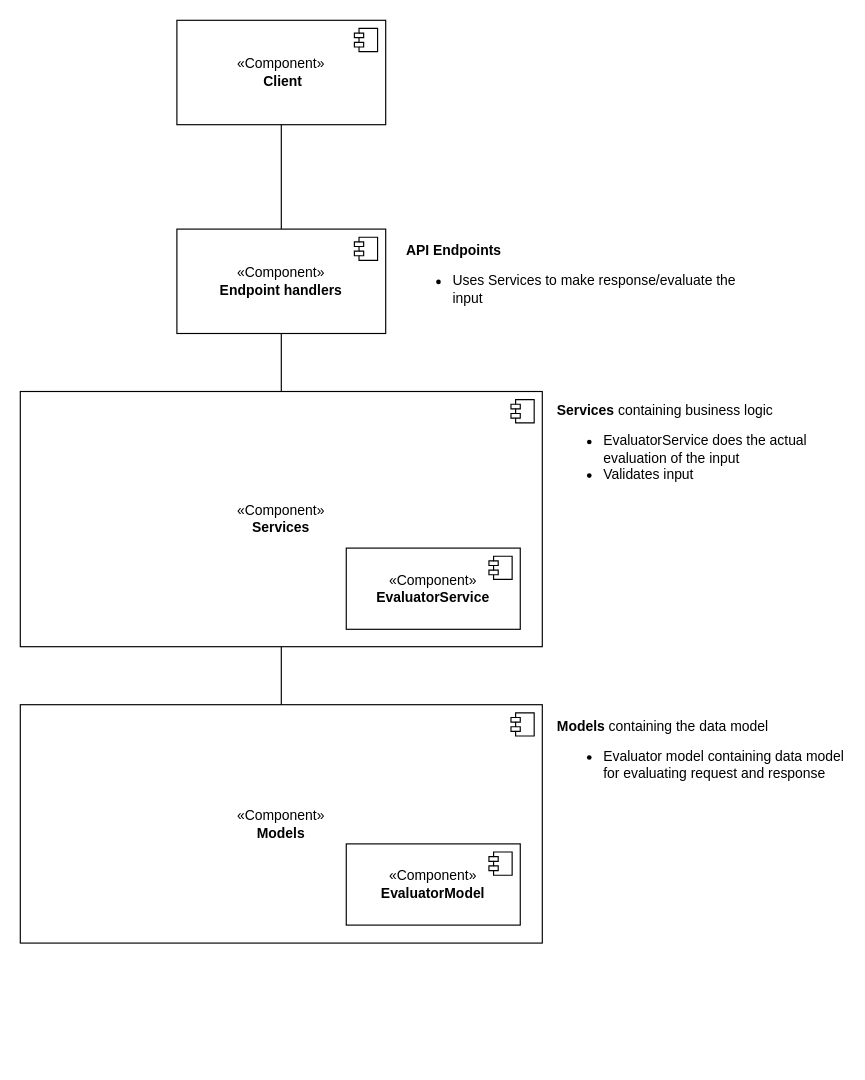
Before: docs/diagrams/abstractComponent.drawio in ITU-AKA-syv-ai/Workflow-evaluation, a draw.io diagram. Source tidied: cells renumbered, new cells numbered last; positions are measured from the earlier drawing's top-left corner, leaving out a move shared by most shapes. Both pictures are drawn from the tidied source at 116%, with x=0, y=0 at pixel (20, 20).
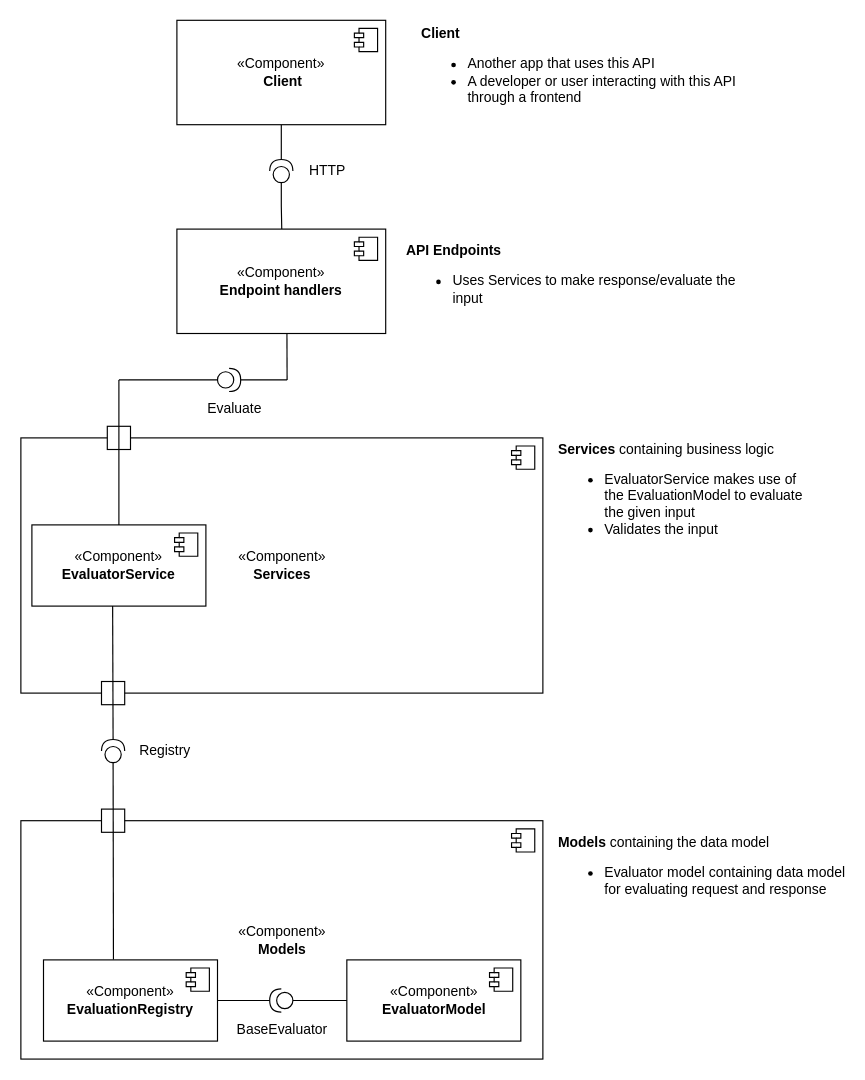
Above is the later version.

Commit message (it also covers changes not shown here):
Make component model more explicit

Unchanged cells that the change refers to:
```xml
<mxCell id="8" value="«Component»&lt;br&gt;&lt;b&gt;Endpoint handlers&lt;/b&gt;" style="html=1;whiteSpace=wrap;" parent="1" vertex="1">
  <mxGeometry x="135" y="180" width="180" height="90" as="geometry" />
</mxCell>
<mxCell id="11" value="«Component»&lt;br&gt;&lt;b&gt;&amp;nbsp;Client&lt;/b&gt;" style="html=1;whiteSpace=wrap;" parent="1" vertex="1">
  <mxGeometry x="135" width="180" height="90" as="geometry" />
</mxCell>
```

What changed in the source:
```diff
@@
     <mxCell id="2" value="«Component»&lt;br&gt;&lt;b&gt;Models&lt;/b&gt;" style="html=1;whiteSpace=wrap;" parent="1" vertex="1">
-      <mxGeometry y="590" width="450" height="205.5" as="geometry" />
+      <mxGeometry x="0.5" y="690" width="450" height="205.5" as="geometry" />
     </mxCell>
@@
-    <mxCell id="4" style="edgeStyle=orthogonalEdgeStyle;rounded=0;jettySize=auto;html=1;exitX=0.5;exitY=1;exitDx=0;exitDy=0;entryX=0.5;entryY=0;entryDx=0;entryDy=0;endArrow=none;endFill=0;" parent="1" edge="1" source="5" target="2">
-      <mxGeometry relative="1" as="geometry" />
-    </mxCell>
     <mxCell id="5" value="«Component»&lt;br&gt;&lt;b&gt;Services&lt;/b&gt;" style="html=1;whiteSpace=wrap;" parent="1" vertex="1">
-      <mxGeometry y="320" width="450" height="220" as="geometry" />
+      <mxGeometry x="0.5" y="360" width="450" height="220" as="geometry" />
     </mxCell>
@@
-    <mxCell id="7" style="edgeStyle=orthogonalEdgeStyle;rounded=0;jettySize=auto;html=1;exitX=0.5;exitY=1;exitDx=0;exitDy=0;entryX=0.5;entryY=0;entryDx=0;entryDy=0;endArrow=none;endFill=0;" parent="1" edge="1" source="8" target="5">
-      <mxGeometry relative="1" as="geometry" />
-    </mxCell>
@@
-    <mxCell id="10" style="edgeStyle=orthogonalEdgeStyle;rounded=0;jettySize=auto;html=1;exitX=0.5;exitY=1;exitDx=0;exitDy=0;entryX=0.5;entryY=0;entryDx=0;entryDy=0;endArrow=none;endFill=0;" parent="1" edge="1" source="11" target="8">
-      <mxGeometry relative="1" as="geometry" />
+    <mxCell id="10" style="edgeStyle=orthogonalEdgeStyle;rounded=0;jettySize=auto;html=1;exitX=0.5;exitY=1;exitDx=0;exitDy=0;endArrow=none;endFill=0;" parent="1" edge="1" source="11">
+      <mxGeometry relative="1" as="geometry">
+        <mxPoint x="225" y="120" as="targetPoint" />
+      </mxGeometry>
     </mxCell>
@@
     <mxCell id="13" value="«Component»&lt;br&gt;&lt;b&gt;EvaluatorService&lt;/b&gt;" style="html=1;whiteSpace=wrap;" parent="1" vertex="1">
-      <mxGeometry x="281" y="455" width="150" height="70" as="geometry" />
+      <mxGeometry x="10" y="435" width="150" height="70" as="geometry" />
     </mxCell>
@@
-    <mxCell id="16" value="&lt;b&gt;Services &lt;/b&gt;containing b&lt;span style=&quot;background-color: transparent; color: light-dark(rgb(0, 0, 0), rgb(255, 255, 255));&quot;&gt;usiness logic&lt;/span&gt;&lt;div&gt;&lt;ul&gt;&lt;li&gt;&lt;span style=&quot;background-color: transparent; color: light-dark(rgb(0, 0, 0), rgb(255, 255, 255));&quot;&gt;EvaluatorService does the actual evaluation of the input&lt;/span&gt;&lt;/li&gt;&lt;li&gt;Validates input&lt;/li&gt;&lt;/ul&gt;&lt;/div&gt;" style="text;html=1;align=left;verticalAlign=middle;whiteSpace=wrap;rounded=0;" parent="1" vertex="1">
-      <mxGeometry x="461" y="320" width="220" height="100" as="geometry" />
+    <mxCell id="16" value="&lt;b&gt;Services &lt;/b&gt;containing b&lt;span style=&quot;background-color: transparent; color: light-dark(rgb(0, 0, 0), rgb(255, 255, 255));&quot;&gt;usiness logic&lt;/span&gt;&lt;div&gt;&lt;ul&gt;&lt;li&gt;&lt;span style=&quot;background-color: transparent; color: light-dark(rgb(0, 0, 0), rgb(255, 255, 255));&quot;&gt;EvaluatorService makes use of the EvaluationModel to evaluate the given input&lt;/span&gt;&lt;/li&gt;&lt;li&gt;&lt;span style=&quot;background-color: transparent; color: light-dark(rgb(0, 0, 0), rgb(255, 255, 255));&quot;&gt;Validates the input&lt;/span&gt;&lt;/li&gt;&lt;/ul&gt;&lt;/div&gt;" style="text;html=1;align=left;verticalAlign=middle;whiteSpace=wrap;rounded=0;" parent="1" vertex="1">
+      <mxGeometry x="461.5" y="360" width="220" height="100" as="geometry" />
     </mxCell>
     <mxCell id="17" value="&lt;b&gt;Models &lt;/b&gt;containing the data model&lt;div&gt;&lt;ul&gt;&lt;li&gt;Evaluator model containing data model for evaluating request and response&lt;/li&gt;&lt;/ul&gt;&lt;/div&gt;" style="text;html=1;align=left;verticalAlign=middle;whiteSpace=wrap;rounded=0;" parent="1" vertex="1">
-      <mxGeometry x="461" y="590" width="250" height="90" as="geometry" />
+      <mxGeometry x="461.5" y="690" width="250" height="90" as="geometry" />
     </mxCell>
     <mxCell id="18" value="«Component»&lt;br&gt;&lt;b&gt;EvaluatorModel&lt;/b&gt;" style="html=1;whiteSpace=wrap;" parent="1" vertex="1">
-      <mxGeometry x="281" y="710" width="150" height="70" as="geometry" />
+      <mxGeometry x="281.5" y="810" width="150" height="70" as="geometry" />
     </mxCell>
@@
+    <mxCell id="20" style="shape=providedRequiredInterface;html=1;verticalLabelPosition=bottom;sketch=0;rotation=-90;" parent="1" vertex="1">
+      <mxGeometry x="215" y="120" width="20" height="20" as="geometry" />
+    </mxCell>
+    <mxCell id="21" value="HTTP" style="text;html=1;whiteSpace=wrap;strokeColor=none;fillColor=none;align=center;verticalAlign=middle;rounded=0;" parent="1" vertex="1">
+      <mxGeometry x="235" y="115" width="60" height="30" as="geometry" />
+    </mxCell>
+    <mxCell id="22" style="shape=providedRequiredInterface;html=1;verticalLabelPosition=bottom;sketch=0;rotation=0;" parent="1" vertex="1">
+      <mxGeometry x="170" y="300" width="20" height="20" as="geometry" />
+    </mxCell>
+    <mxCell id="23" value="Evaluate" style="text;html=1;whiteSpace=wrap;strokeColor=none;fillColor=none;align=center;verticalAlign=middle;rounded=0;" parent="1" vertex="1">
+      <mxGeometry x="155" y="320" width="60" height="30" as="geometry" />
+    </mxCell>
+    <mxCell id="24" style="shape=providedRequiredInterface;html=1;verticalLabelPosition=bottom;sketch=0;rotation=-90;" parent="1" vertex="1">
+      <mxGeometry x="70" y="620" width="20" height="20" as="geometry" />
+    </mxCell>
+    <mxCell id="25" value="Registry" style="text;html=1;whiteSpace=wrap;strokeColor=none;fillColor=none;align=center;verticalAlign=middle;rounded=0;" parent="1" vertex="1">
+      <mxGeometry x="95" y="615" width="60" height="30" as="geometry" />
+    </mxCell>
+    <mxCell id="26" value="«Component»&lt;br&gt;&lt;b&gt;EvaluationRegistry&lt;/b&gt;" style="html=1;whiteSpace=wrap;" parent="1" vertex="1">
+      <mxGeometry x="20" y="810" width="150" height="70" as="geometry" />
+    </mxCell>
+    <mxCell id="27" style="shape=module;jettyWidth=8;jettyHeight=4;" parent="26" vertex="1">
+      <mxGeometry x="1" width="20" height="20" relative="1" as="geometry">
+        <mxPoint x="-27" y="7" as="offset" />
+      </mxGeometry>
+    </mxCell>
+    <mxCell id="28" style="rounded=0;whiteSpace=wrap;html=1;" parent="1" vertex="1">
+      <mxGeometry x="70" y="680" width="20" height="20" as="geometry" />
+    </mxCell>
+    <mxCell id="29" style="endArrow=none;html=1;rounded=0;entryX=0;entryY=0.5;entryDx=0;entryDy=0;entryPerimeter=0;exitX=0.402;exitY=-0.005;exitDx=0;exitDy=0;exitPerimeter=0;" parent="1" edge="1" source="26" target="24">
+      <mxGeometry relative="1" as="geometry" />
+    </mxCell>
+    <mxCell id="30" style="shape=providedRequiredInterface;html=1;verticalLabelPosition=bottom;sketch=0;rotation=-180;" parent="1" vertex="1">
+      <mxGeometry x="215" y="835" width="20" height="20" as="geometry" />
+    </mxCell>
+    <mxCell id="31" style="endArrow=none;html=1;rounded=0;entryX=0;entryY=0.5;entryDx=0;entryDy=0;exitX=0;exitY=0.5;exitDx=0;exitDy=0;exitPerimeter=0;" parent="1" edge="1" source="30" target="18">
+      <mxGeometry relative="1" as="geometry" />
+    </mxCell>
+    <mxCell id="32" style="endArrow=none;html=1;rounded=0;entryX=1;entryY=0.5;entryDx=0;entryDy=0;entryPerimeter=0;exitX=1;exitY=0.5;exitDx=0;exitDy=0;" parent="1" edge="1" source="26" target="30">
+      <mxGeometry relative="1" as="geometry" />
+    </mxCell>
+    <mxCell id="33" style="rounded=0;whiteSpace=wrap;html=1;" parent="1" vertex="1">
+      <mxGeometry x="70" y="570" width="20" height="20" as="geometry" />
+    </mxCell>
+    <mxCell id="34" style="endArrow=none;html=1;rounded=0;entryX=0.464;entryY=0.999;entryDx=0;entryDy=0;entryPerimeter=0;exitX=1;exitY=0.5;exitDx=0;exitDy=0;exitPerimeter=0;" parent="1" edge="1" source="24" target="13">
+      <mxGeometry relative="1" as="geometry" />
+    </mxCell>
+    <mxCell id="35" value="BaseEvaluator" style="text;html=1;whiteSpace=wrap;strokeColor=none;fillColor=none;align=center;verticalAlign=middle;rounded=0;" parent="1" vertex="1">
+      <mxGeometry x="195.5" y="855" width="60" height="30" as="geometry" />
+    </mxCell>
+    <mxCell id="36" style="rounded=0;whiteSpace=wrap;html=1;" parent="1" vertex="1">
+      <mxGeometry x="75" y="350" width="20" height="20" as="geometry" />
+    </mxCell>
+    <mxCell id="37" style="endArrow=none;html=1;rounded=0;exitX=0.5;exitY=0;exitDx=0;exitDy=0;" parent="1" edge="1" source="13">
+      <mxGeometry relative="1" as="geometry">
+        <mxPoint x="85" y="310" as="targetPoint" />
+      </mxGeometry>
+    </mxCell>
+    <mxCell id="38" style="endArrow=none;html=1;rounded=0;" parent="1" edge="1">
+      <mxGeometry relative="1" as="geometry">
+        <mxPoint x="85" y="310" as="sourcePoint" />
+        <mxPoint x="170" y="310" as="targetPoint" />
+      </mxGeometry>
+    </mxCell>
+    <mxCell id="39" style="endArrow=none;html=1;rounded=0;" parent="1" edge="1">
+      <mxGeometry relative="1" as="geometry">
+        <mxPoint x="190" y="310" as="sourcePoint" />
+        <mxPoint x="230" y="310" as="targetPoint" />
+      </mxGeometry>
+    </mxCell>
+    <mxCell id="40" style="endArrow=none;html=1;rounded=0;exitX=0.527;exitY=1.004;exitDx=0;exitDy=0;exitPerimeter=0;" parent="1" edge="1" source="8">
+      <mxGeometry relative="1" as="geometry">
+        <mxPoint x="230" y="310" as="targetPoint" />
+      </mxGeometry>
+    </mxCell>
+    <mxCell id="41" value="&lt;b&gt;Client&lt;/b&gt;&lt;div&gt;&lt;ul&gt;&lt;li&gt;Another app that uses this API&lt;/li&gt;&lt;li&gt;A developer or user interacting with this API through a frontend&lt;/li&gt;&lt;/ul&gt;&lt;/div&gt;" style="text;html=1;align=left;verticalAlign=middle;whiteSpace=wrap;rounded=0;" parent="1" vertex="1">
+      <mxGeometry x="344" width="290" height="90" as="geometry" />
+    </mxCell>
+    <mxCell id="42" style="edgeStyle=orthogonalEdgeStyle;rounded=0;jettySize=auto;html=1;exitX=0;exitY=0.5;exitDx=0;exitDy=0;endArrow=none;endFill=0;exitPerimeter=0;" parent="1" edge="1" source="20">
+      <mxGeometry relative="1" as="geometry">
+        <mxPoint x="225.4" y="180" as="targetPoint" />
+      </mxGeometry>
+    </mxCell>
```
